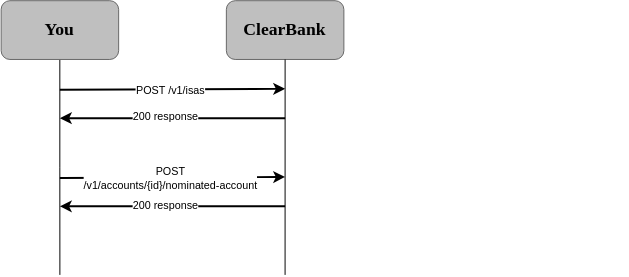
clearbank/clearbank.github.io keeps this draw.io diagram as static/assets/images/open-a-cash-isa.svg. Above is the earlier version. Source tidied: cells renumbered, new cells last; positions are measured from the earlier drawing's top-left corner, leaving out a move shared by most shapes.
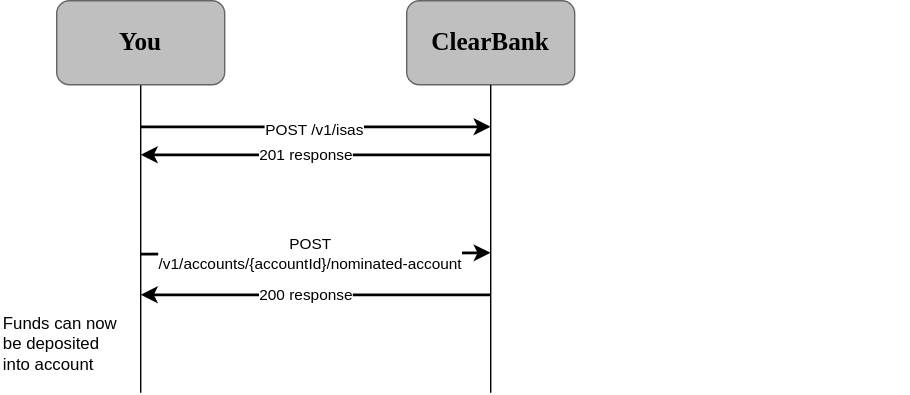
Above is the later version.

Commit message:
Adjusted message flow diagrams for correct responses

Change to the diagram source:
```diff
@@ -3,28 +3,28 @@
     <mxCell id="0" />
     <mxCell id="1" parent="0" />
     <mxCell id="2" value="ClearBank" style="rounded=1;whiteSpace=wrap;html=1;strokeColor=#666666;fillColor=#BFBFBF;gradientColor=none;fontFamily=Clear Sans Display;fontStyle=1;fontSize=18;" parent="1" vertex="1">
-      <mxGeometry x="230" width="120" height="60" as="geometry" />
+      <mxGeometry x="310" width="120" height="60" as="geometry" />
     </mxCell>
     <mxCell id="3" style="edgeStyle=orthogonalEdgeStyle;rounded=0;jettySize=auto;html=1;endArrow=none;endFill=0;exitX=0.5;exitY=1;exitDx=0;exitDy=0;" parent="1" edge="1" source="2">
       <mxGeometry relative="1" as="geometry">
-        <mxPoint x="290" y="280" as="targetPoint" />
+        <mxPoint x="370" y="280" as="targetPoint" />
         <Array as="points">
-          <mxPoint x="290" y="280" />
+          <mxPoint x="370" y="280" />
         </Array>
       </mxGeometry>
     </mxCell>
     <mxCell id="4" style="edgeStyle=orthogonalEdgeStyle;rounded=0;jettySize=auto;html=1;endArrow=none;endFill=0;" parent="1" edge="1" source="5">
       <mxGeometry relative="1" as="geometry">
-        <mxPoint x="60" y="280" as="targetPoint" />
+        <mxPoint x="120" y="280" as="targetPoint" />
       </mxGeometry>
     </mxCell>
     <mxCell id="5" value="You" style="rounded=1;whiteSpace=wrap;html=1;strokeColor=#666666;fillColor=#BFBFBF;gradientColor=none;fontFamily=Clear Sans Display;fontStyle=1;fontSize=18;" parent="1" vertex="1">
-      <mxGeometry width="120" height="60" as="geometry" />
+      <mxGeometry x="60" width="120" height="60" as="geometry" />
     </mxCell>
     <mxCell id="6" style="endArrow=classic;html=1;rounded=0;strokeWidth=2;" parent="1" edge="1">
       <mxGeometry relative="1" as="geometry">
-        <mxPoint x="60" y="91" as="sourcePoint" />
-        <mxPoint x="290" y="90" as="targetPoint" />
+        <mxPoint x="120" y="90" as="sourcePoint" />
+        <mxPoint x="370" y="90" as="targetPoint" />
       </mxGeometry>
     </mxCell>
     <mxCell id="7" value="POST /v1/isas" style="edgeLabel;html=1;align=center;verticalAlign=middle;" parent="6" vertex="1">
@@ -34,30 +34,30 @@
     </mxCell>
     <mxCell id="8" style="endArrow=classic;html=1;rounded=0;strokeWidth=2;" parent="1" edge="1">
       <mxGeometry relative="1" as="geometry">
-        <mxPoint x="290" y="120" as="sourcePoint" />
-        <mxPoint x="60" y="120" as="targetPoint" />
+        <mxPoint x="370" y="110" as="sourcePoint" />
+        <mxPoint x="120" y="110" as="targetPoint" />
       </mxGeometry>
     </mxCell>
-    <mxCell id="9" value="200 response" style="edgeLabel;html=1;align=center;verticalAlign=middle;" parent="8" vertex="1">
+    <mxCell id="9" value="201 response" style="edgeLabel;html=1;align=center;verticalAlign=middle;" parent="8" vertex="1">
       <mxGeometry x="0.09" y="-1" relative="1" as="geometry">
         <mxPoint x="3" as="offset" />
       </mxGeometry>
     </mxCell>
     <mxCell id="10" style="endArrow=classic;html=1;rounded=0;strokeWidth=2;" parent="1" edge="1">
       <mxGeometry relative="1" as="geometry">
-        <mxPoint x="60" y="181" as="sourcePoint" />
-        <mxPoint x="290" y="180" as="targetPoint" />
+        <mxPoint x="120" y="181" as="sourcePoint" />
+        <mxPoint x="370" y="180" as="targetPoint" />
       </mxGeometry>
     </mxCell>
-    <mxCell id="11" value="POST &lt;br&gt;/v1/accounts/{id}/nominated-account" style="edgeLabel;html=1;align=center;verticalAlign=middle;" parent="10" vertex="1">
+    <mxCell id="11" value="POST &lt;br&gt;/v1/accounts/{accountId}/nominated-account" style="edgeLabel;html=1;align=center;verticalAlign=middle;" parent="10" vertex="1">
       <mxGeometry x="0.09" y="-1" relative="1" as="geometry">
-        <mxPoint x="-13" as="offset" />
+        <mxPoint x="-16" y="-1" as="offset" />
       </mxGeometry>
     </mxCell>
     <mxCell id="12" style="endArrow=classic;html=1;rounded=0;strokeWidth=2;" parent="1" edge="1">
       <mxGeometry relative="1" as="geometry">
-        <mxPoint x="290" y="210" as="sourcePoint" />
-        <mxPoint x="60" y="210" as="targetPoint" />
+        <mxPoint x="370" y="210" as="sourcePoint" />
+        <mxPoint x="120" y="210" as="targetPoint" />
       </mxGeometry>
     </mxCell>
     <mxCell id="13" value="200 response" style="edgeLabel;html=1;align=center;verticalAlign=middle;" parent="12" vertex="1">
@@ -66,7 +66,10 @@
       </mxGeometry>
     </mxCell>
     <mxCell id="14" style="rounded=1;whiteSpace=wrap;html=1;fillColor=none;strokeColor=none;" parent="1" vertex="1">
-      <mxGeometry x="420" y="120" width="220" height="60" as="geometry" />
+      <mxGeometry x="450" y="120" width="220" height="60" as="geometry" />
     </mxCell>
+    <mxCell id="15" value="Funds can now be deposited into account" style="text;html=1;strokeColor=none;fillColor=none;align=left;verticalAlign=middle;whiteSpace=wrap;rounded=0;" parent="1" vertex="1">
+      <mxGeometry x="20" y="230" width="90" height="30" as="geometry" />
+    </mxCell>
   </root>
 </mxGraphModel>
```
